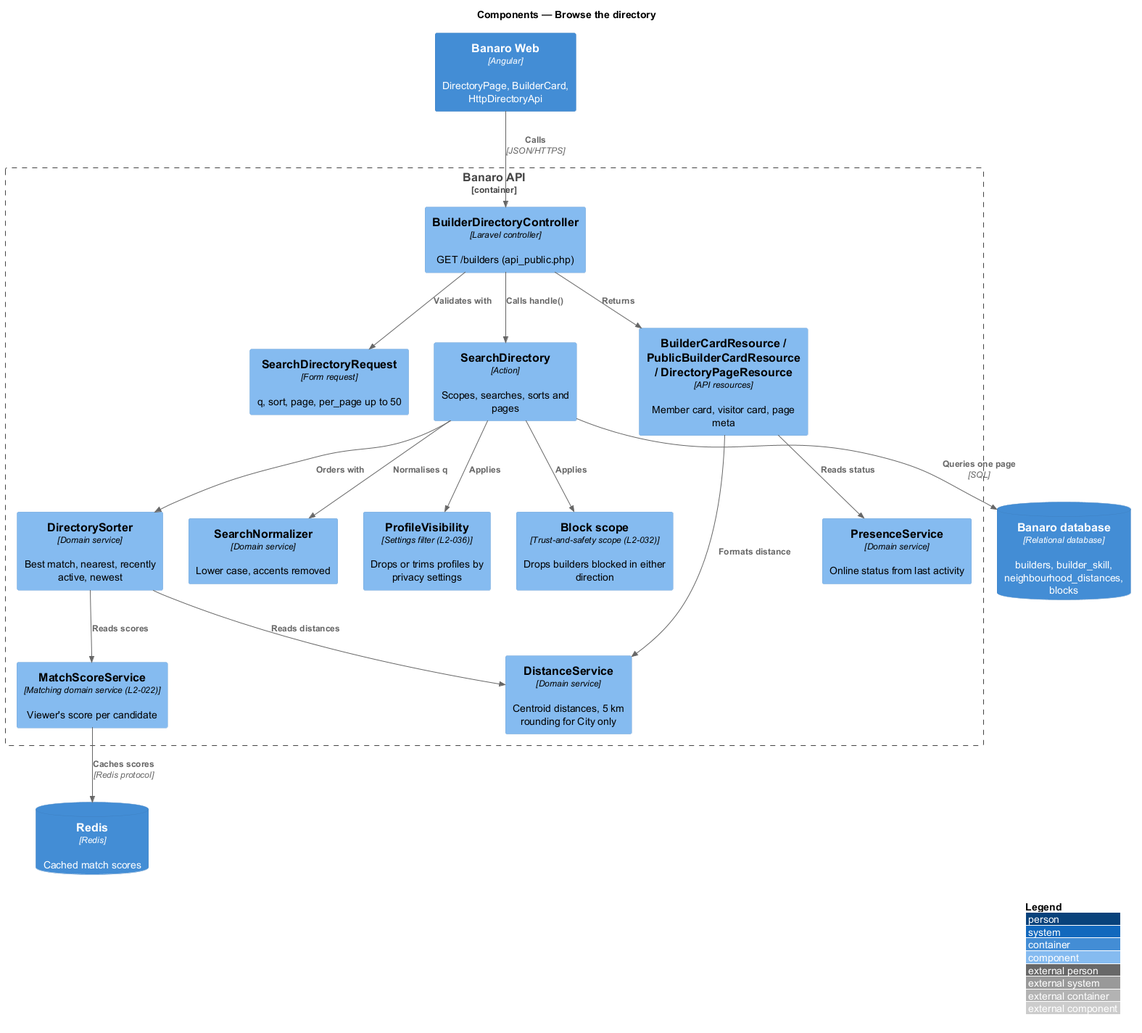
Earlier version of the PlantUML export docs/detailed-designs/directory/browse-directory/diagrams/c4-component.png (QuinntyneBrown/banaro).
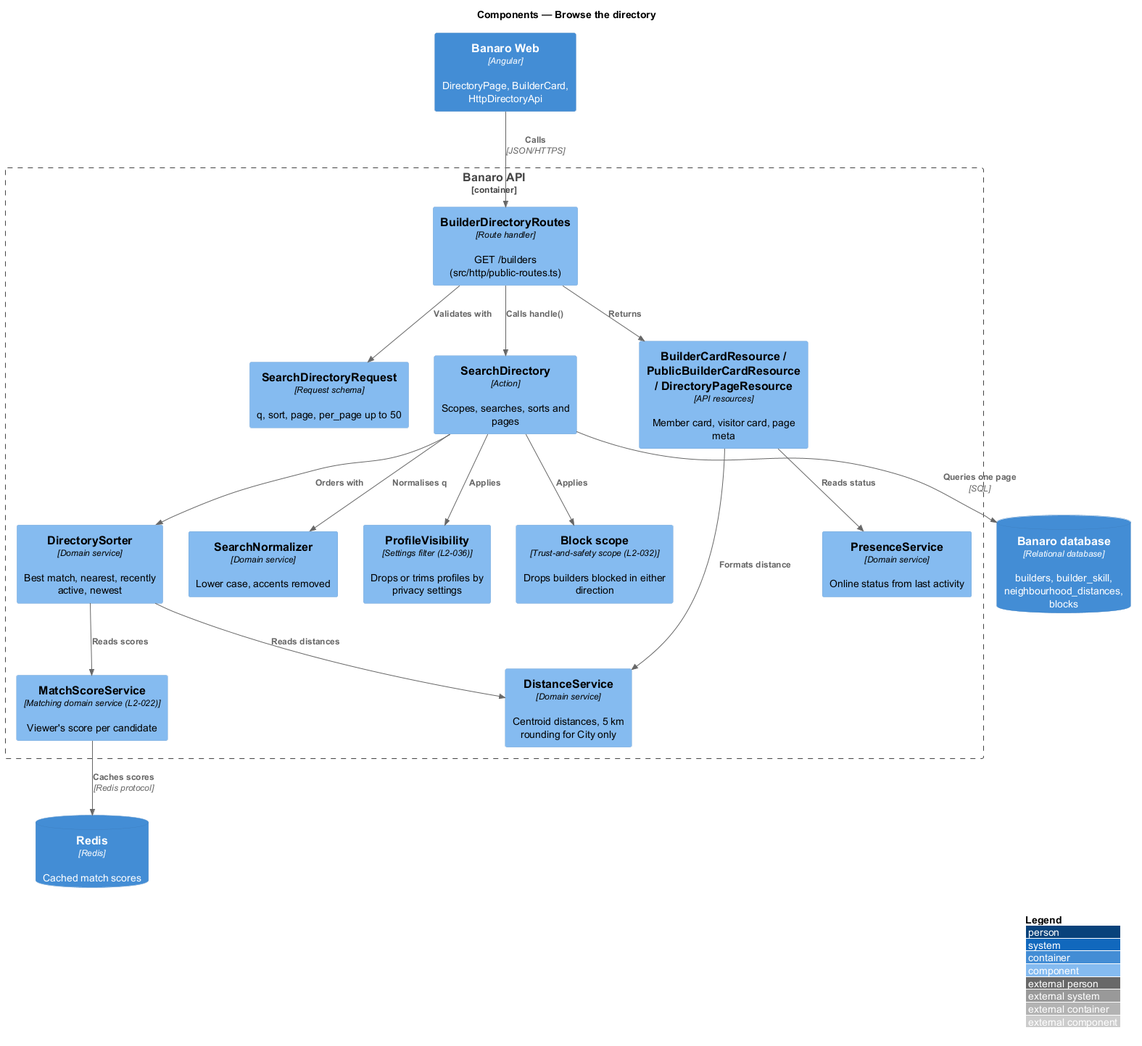
Later version of the same file.

The edit, as a diff of the source:
```diff
@@ -8,8 +8,8 @@
 ContainerDb(redis, "Redis", "Redis", "Cached match scores")
 
 Container_Boundary(api, "Banaro API") {
-  Component(ctrl, "BuilderDirectoryController", "Laravel controller", "GET /builders (api_public.php)")
-  Component(req, "SearchDirectoryRequest", "Form request", "q, sort, page, per_page up to 50")
+  Component(ctrl, "BuilderDirectoryRoutes", "Route handler", "GET /builders (src/http/public-routes.ts)")
+  Component(req, "SearchDirectoryRequest", "Request schema", "q, sort, page, per_page up to 50")
   Component(action, "SearchDirectory", "Action", "Scopes, searches, sorts and pages")
   Component(visibility, "ProfileVisibility", "Settings filter (L2-036)", "Drops or trims profiles by privacy settings")
   Component(blocks, "Block scope", "Trust-and-safety scope (L2-032)", "Drops builders blocked in either direction")
```
